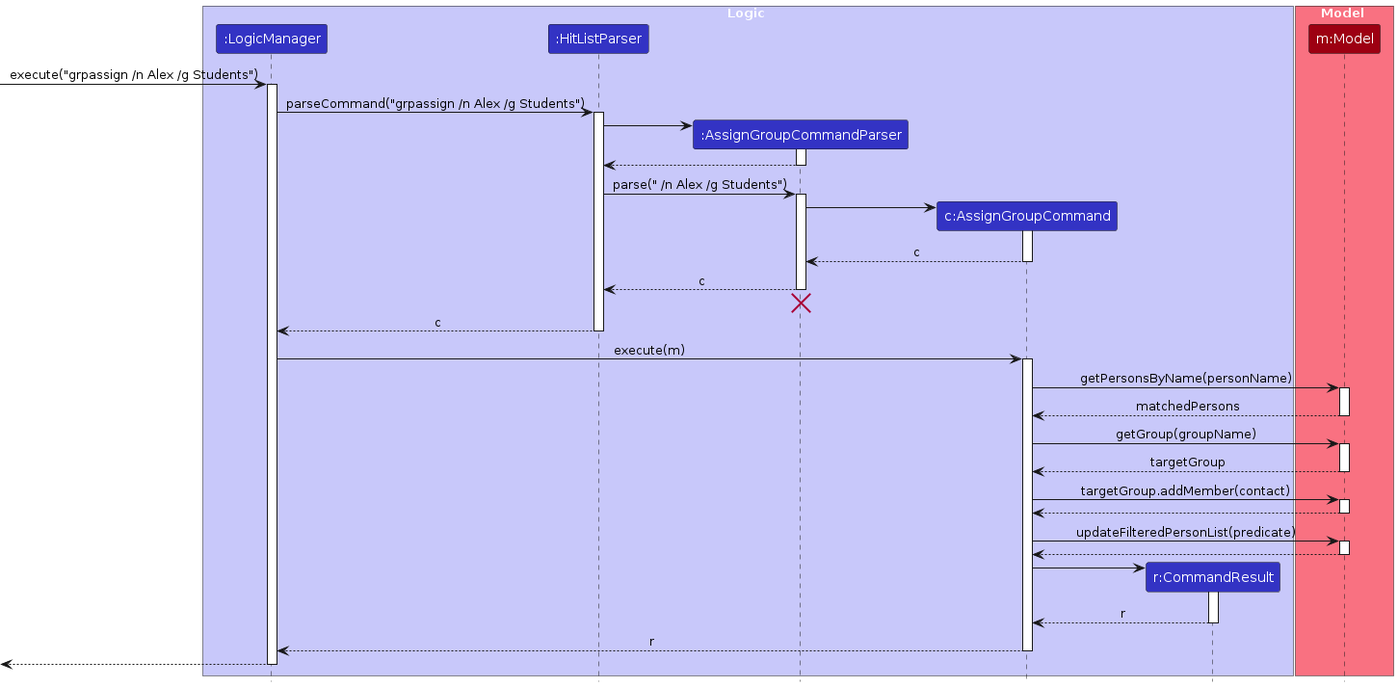
Before: diagrams/assign-group/GroupAssignSequenceDiagram.png, a diagram exported from PlantUML (AY2526S2-CS2103T-W11-2/tp). Its source is kept beside it as diagrams/assign-group/GroupAssignSequenceDiagram.puml.
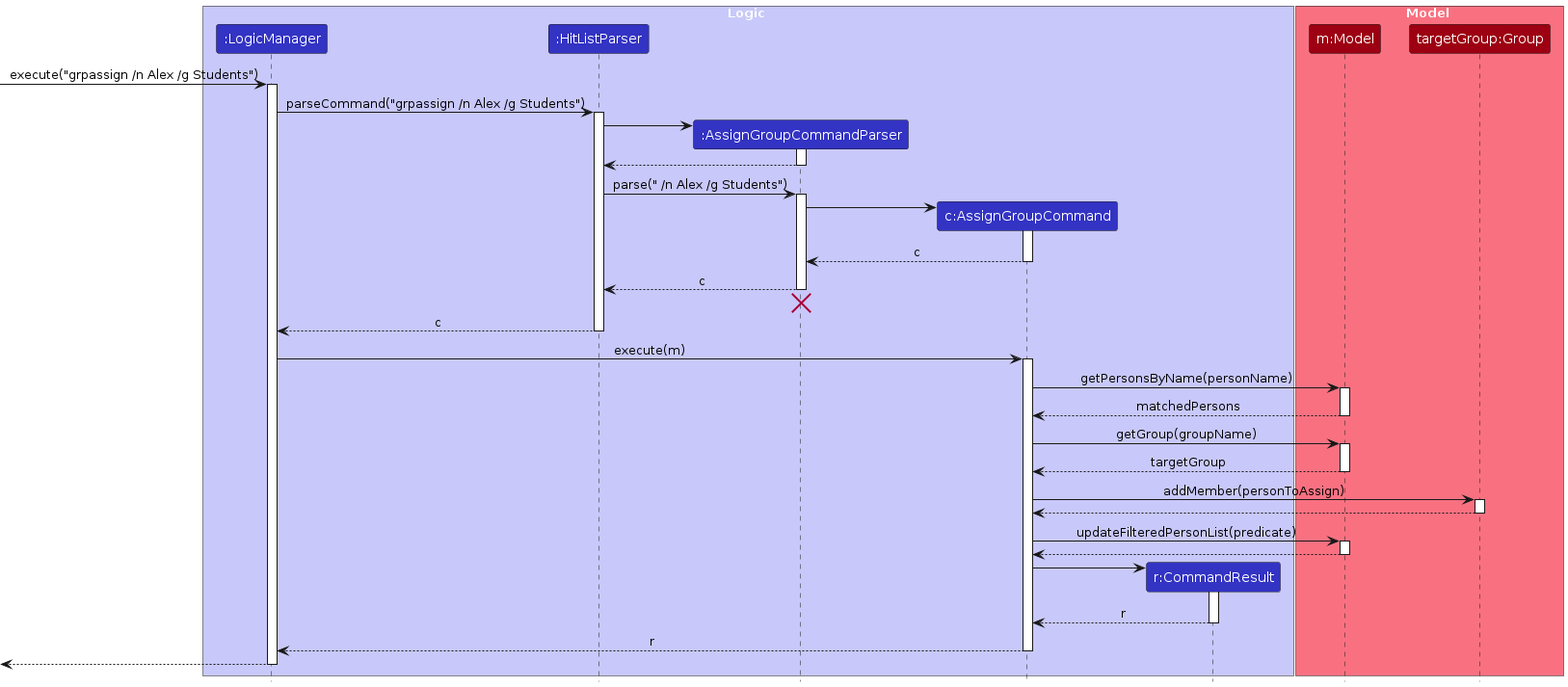
After the commit.

Diff of the diagram source:
```diff
@@ -1,4 +1,4 @@
-@startuml assign-group/GroupAssignSequenceDiagram/' Renames the file to kebab-case when exported as an image.'/
+@startuml assign-group/GroupAssignSequenceDiagram
 !include ../style.puml
 skinparam ArrowFontStyle plain
 
@@ -12,6 +12,7 @@
 
 box Model MODEL_COLOR_T1
 participant "m:Model" as Model MODEL_COLOR
+participant "targetGroup:Group" as TargetGroup MODEL_COLOR
 end box
 
 [-> LogicManager : execute("grpassign /n Alex /g Students")
@@ -23,7 +24,6 @@
 create AssignGroupCommandParser
 HitListParser -> AssignGroupCommandParser
 activate AssignGroupCommandParser
-
 AssignGroupCommandParser --> HitListParser
 deactivate AssignGroupCommandParser
 
@@ -33,12 +33,12 @@
 create AssignGroupCommand
 AssignGroupCommandParser -> AssignGroupCommand
 activate AssignGroupCommand
-
 AssignGroupCommand --> AssignGroupCommandParser : c
 deactivate AssignGroupCommand
 
 AssignGroupCommandParser --> HitListParser : c
 deactivate AssignGroupCommandParser
+
 AssignGroupCommandParser -[hidden]-> HitListParser
 destroy AssignGroupCommandParser
 
@@ -58,10 +58,10 @@
 Model --> AssignGroupCommand : targetGroup
 deactivate Model
 
-AssignGroupCommand -> Model : targetGroup.addMember(contact)
-activate Model
-Model --> AssignGroupCommand
-deactivate Model
+AssignGroupCommand -> TargetGroup : addMember(personToAssign)
+activate TargetGroup
+TargetGroup --> AssignGroupCommand
+deactivate TargetGroup
 
 AssignGroupCommand -> Model : updateFilteredPersonList(predicate)
 activate Model
@@ -71,7 +71,6 @@
 create CommandResult
 AssignGroupCommand -> CommandResult
 activate CommandResult
-
 CommandResult --> AssignGroupCommand : r
 deactivate CommandResult
 
```
